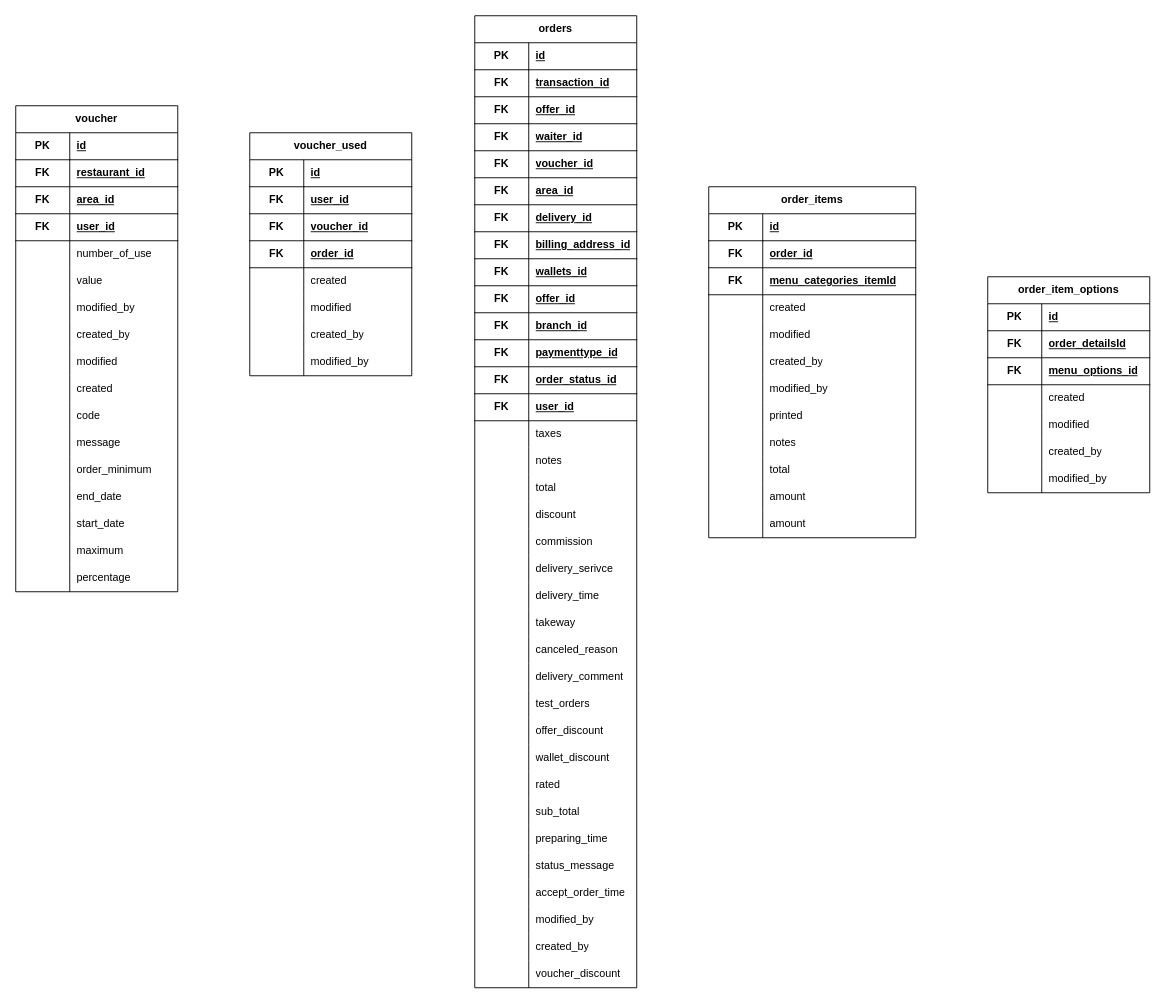
Ahmed-Shawareb-Full-Stack/printf keeps this draw.io diagram as ERD.drawio. Above is the earlier version. Source tidied: cells renumbered, new cells numbered last; positions are measured from the earlier drawing's top-left corner, leaving out a move shared by most shapes. Both pictures are drawn from the tidied source at 90%, with x=0, y=0 at pixel (15, 15).
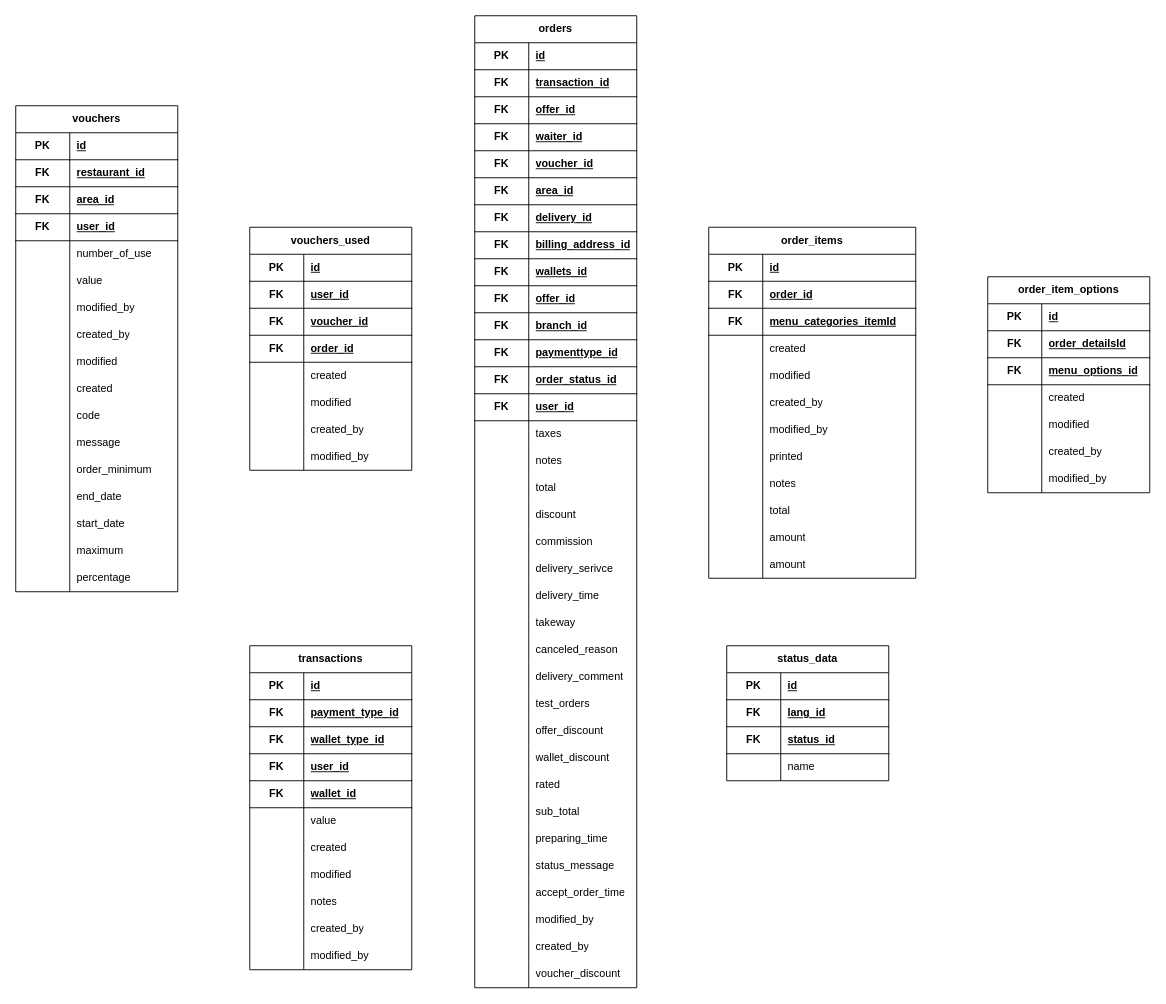
The same page after the edit.

Diff of the diagram source:
```diff
@@
     <mxCell id="108" value="order_items" style="shape=table;startSize=30;childLayout=tableLayout;rowLines=0;fontStyle=1;align=center;html=1;whiteSpace=wrap;" parent="1" vertex="1">
-      <mxGeometry x="770" y="190" width="230" height="390" as="geometry" />
+      <mxGeometry x="770" y="235" width="230" height="390" as="geometry" />
     </mxCell>
@@
-    <mxCell id="167" value="voucher_used" style="shape=table;startSize=30;childLayout=tableLayout;rowLines=0;fontStyle=1;align=center;html=1;whiteSpace=wrap;" parent="1" vertex="1">
-      <mxGeometry x="260" y="130" width="180" height="270" as="geometry" />
+    <mxCell id="167" value="vouchers_used" style="shape=table;startSize=30;childLayout=tableLayout;rowLines=0;fontStyle=1;align=center;html=1;whiteSpace=wrap;" parent="1" vertex="1">
+      <mxGeometry x="260" y="235" width="180" height="270" as="geometry" />
     </mxCell>
@@
-    <mxCell id="192" value="voucher" style="shape=table;startSize=30;childLayout=tableLayout;rowLines=0;fontStyle=1;align=center;html=1;whiteSpace=wrap;" parent="1" vertex="1">
+    <mxCell id="192" value="vouchers" style="shape=table;startSize=30;childLayout=tableLayout;rowLines=0;fontStyle=1;align=center;html=1;whiteSpace=wrap;" parent="1" vertex="1">
       <mxGeometry y="100" width="180" height="540" as="geometry" />
     </mxCell>
@@
+    <mxCell id="244" value="transactions" style="shape=table;startSize=30;childLayout=tableLayout;rowLines=0;fontStyle=1;align=center;html=1;whiteSpace=wrap;" parent="1" vertex="1">
+      <mxGeometry x="260" y="700" width="180" height="360" as="geometry" />
+    </mxCell>
+    <mxCell id="245" style="shape=tableRow;horizontal=0;startSize=0;swimlaneHead=0;swimlaneBody=0;fillColor=none;top=0;left=0;right=0;bottom=0;html=1;" parent="244" vertex="1">
+      <mxGeometry y="30" width="180" height="30" as="geometry" />
+    </mxCell>
+    <mxCell id="246" value="PK" style="shape=partialRectangle;fillColor=none;top=0;left=0;bottom=1;right=0;fontStyle=1;overflow=hidden;html=1;whiteSpace=wrap;" parent="245" vertex="1">
+      <mxGeometry width="60" height="30" as="geometry" />
+    </mxCell>
+    <mxCell id="247" value="id" style="shape=partialRectangle;fillColor=none;top=0;left=0;bottom=1;right=0;align=left;spacingLeft=6;fontStyle=5;overflow=hidden;html=1;whiteSpace=wrap;" parent="245" vertex="1">
+      <mxGeometry x="60" width="120" height="30" as="geometry" />
+    </mxCell>
+    <mxCell id="248" style="shape=tableRow;horizontal=0;startSize=0;swimlaneHead=0;swimlaneBody=0;fillColor=none;top=0;left=0;right=0;bottom=1;html=1;" parent="244" vertex="1">
+      <mxGeometry y="60" width="180" height="30" as="geometry" />
+    </mxCell>
+    <mxCell id="249" value="FK" style="shape=partialRectangle;fillColor=none;top=0;left=0;bottom=0;right=0;fontStyle=1;overflow=hidden;html=1;whiteSpace=wrap;" parent="248" vertex="1">
+      <mxGeometry width="60" height="30" as="geometry" />
+    </mxCell>
+    <mxCell id="250" value="payment_type_id" style="shape=partialRectangle;fillColor=none;top=0;left=0;bottom=0;right=0;align=left;spacingLeft=6;fontStyle=5;overflow=hidden;html=1;whiteSpace=wrap;" parent="248" vertex="1">
+      <mxGeometry x="60" width="120" height="30" as="geometry" />
+    </mxCell>
+    <mxCell id="251" style="shape=tableRow;horizontal=0;startSize=0;swimlaneHead=0;swimlaneBody=0;fillColor=none;top=0;left=0;right=0;bottom=1;html=1;" parent="244" vertex="1">
+      <mxGeometry y="90" width="180" height="30" as="geometry" />
+    </mxCell>
+    <mxCell id="252" value="FK" style="shape=partialRectangle;fillColor=none;top=0;left=0;bottom=0;right=0;fontStyle=1;overflow=hidden;html=1;whiteSpace=wrap;" parent="251" vertex="1">
+      <mxGeometry width="60" height="30" as="geometry" />
+    </mxCell>
+    <mxCell id="253" value="wallet_type_id" style="shape=partialRectangle;fillColor=none;top=0;left=0;bottom=0;right=0;align=left;spacingLeft=6;fontStyle=5;overflow=hidden;html=1;whiteSpace=wrap;" parent="251" vertex="1">
+      <mxGeometry x="60" width="120" height="30" as="geometry" />
+    </mxCell>
+    <mxCell id="254" style="shape=tableRow;horizontal=0;startSize=0;swimlaneHead=0;swimlaneBody=0;fillColor=none;top=0;left=0;right=0;bottom=1;html=1;" parent="244" vertex="1">
+      <mxGeometry y="120" width="180" height="30" as="geometry" />
+    </mxCell>
+    <mxCell id="255" value="FK" style="shape=partialRectangle;fillColor=none;top=0;left=0;bottom=0;right=0;fontStyle=1;overflow=hidden;html=1;whiteSpace=wrap;" parent="254" vertex="1">
+      <mxGeometry width="60" height="30" as="geometry" />
+    </mxCell>
+    <mxCell id="256" value="user_id" style="shape=partialRectangle;fillColor=none;top=0;left=0;bottom=0;right=0;align=left;spacingLeft=6;fontStyle=5;overflow=hidden;html=1;whiteSpace=wrap;" parent="254" vertex="1">
+      <mxGeometry x="60" width="120" height="30" as="geometry" />
+    </mxCell>
+    <mxCell id="257" style="shape=tableRow;horizontal=0;startSize=0;swimlaneHead=0;swimlaneBody=0;fillColor=none;top=0;left=0;right=0;bottom=1;html=1;" parent="244" vertex="1">
+      <mxGeometry y="150" width="180" height="30" as="geometry" />
+    </mxCell>
+    <mxCell id="258" value="FK" style="shape=partialRectangle;fillColor=none;top=0;left=0;bottom=0;right=0;fontStyle=1;overflow=hidden;html=1;whiteSpace=wrap;" parent="257" vertex="1">
+      <mxGeometry width="60" height="30" as="geometry" />
+    </mxCell>
+    <mxCell id="259" value="wallet_id" style="shape=partialRectangle;fillColor=none;top=0;left=0;bottom=0;right=0;align=left;spacingLeft=6;fontStyle=5;overflow=hidden;html=1;whiteSpace=wrap;" parent="257" vertex="1">
+      <mxGeometry x="60" width="120" height="30" as="geometry" />
+    </mxCell>
+    <mxCell id="260" style="shape=tableRow;horizontal=0;startSize=0;swimlaneHead=0;swimlaneBody=0;fillColor=none;top=0;left=0;right=0;bottom=0;html=1;" parent="244" vertex="1">
+      <mxGeometry y="180" width="180" height="30" as="geometry" />
+    </mxCell>
+    <mxCell id="261" style="shape=partialRectangle;fillColor=none;top=0;left=0;bottom=0;right=0;overflow=hidden;html=1;whiteSpace=wrap;" parent="260" vertex="1">
+      <mxGeometry width="60" height="30" as="geometry" />
+    </mxCell>
+    <mxCell id="262" value="value" style="shape=partialRectangle;fillColor=none;top=0;left=0;bottom=0;right=0;align=left;spacingLeft=6;overflow=hidden;html=1;whiteSpace=wrap;" parent="260" vertex="1">
+      <mxGeometry x="60" width="120" height="30" as="geometry" />
+    </mxCell>
+    <mxCell id="263" style="shape=tableRow;horizontal=0;startSize=0;swimlaneHead=0;swimlaneBody=0;fillColor=none;top=0;left=0;right=0;bottom=0;html=1;" parent="244" vertex="1">
+      <mxGeometry y="210" width="180" height="30" as="geometry" />
+    </mxCell>
+    <mxCell id="264" style="shape=partialRectangle;fillColor=none;top=0;left=0;bottom=0;right=0;overflow=hidden;html=1;whiteSpace=wrap;" parent="263" vertex="1">
+      <mxGeometry width="60" height="30" as="geometry" />
+    </mxCell>
+    <mxCell id="265" value="created" style="shape=partialRectangle;fillColor=none;top=0;left=0;bottom=0;right=0;align=left;spacingLeft=6;overflow=hidden;html=1;whiteSpace=wrap;" parent="263" vertex="1">
+      <mxGeometry x="60" width="120" height="30" as="geometry" />
+    </mxCell>
+    <mxCell id="266" style="shape=tableRow;horizontal=0;startSize=0;swimlaneHead=0;swimlaneBody=0;fillColor=none;top=0;left=0;right=0;bottom=0;html=1;" parent="244" vertex="1">
+      <mxGeometry y="240" width="180" height="30" as="geometry" />
+    </mxCell>
+    <mxCell id="267" style="shape=partialRectangle;fillColor=none;top=0;left=0;bottom=0;right=0;overflow=hidden;html=1;whiteSpace=wrap;" parent="266" vertex="1">
+      <mxGeometry width="60" height="30" as="geometry" />
+    </mxCell>
+    <mxCell id="268" value="modified" style="shape=partialRectangle;fillColor=none;top=0;left=0;bottom=0;right=0;align=left;spacingLeft=6;overflow=hidden;html=1;whiteSpace=wrap;" parent="266" vertex="1">
+      <mxGeometry x="60" width="120" height="30" as="geometry" />
+    </mxCell>
+    <mxCell id="269" style="shape=tableRow;horizontal=0;startSize=0;swimlaneHead=0;swimlaneBody=0;fillColor=none;top=0;left=0;right=0;bottom=0;html=1;" parent="244" vertex="1">
+      <mxGeometry y="270" width="180" height="30" as="geometry" />
+    </mxCell>
+    <mxCell id="270" style="shape=partialRectangle;fillColor=none;top=0;left=0;bottom=0;right=0;overflow=hidden;html=1;whiteSpace=wrap;" parent="269" vertex="1">
+      <mxGeometry width="60" height="30" as="geometry" />
+    </mxCell>
+    <mxCell id="271" value="notes" style="shape=partialRectangle;fillColor=none;top=0;left=0;bottom=0;right=0;align=left;spacingLeft=6;overflow=hidden;html=1;whiteSpace=wrap;" parent="269" vertex="1">
+      <mxGeometry x="60" width="120" height="30" as="geometry" />
+    </mxCell>
+    <mxCell id="272" style="shape=tableRow;horizontal=0;startSize=0;swimlaneHead=0;swimlaneBody=0;fillColor=none;top=0;left=0;right=0;bottom=0;html=1;" parent="244" vertex="1">
+      <mxGeometry y="300" width="180" height="30" as="geometry" />
+    </mxCell>
+    <mxCell id="273" style="shape=partialRectangle;fillColor=none;top=0;left=0;bottom=0;right=0;overflow=hidden;html=1;whiteSpace=wrap;" parent="272" vertex="1">
+      <mxGeometry width="60" height="30" as="geometry" />
+    </mxCell>
+    <mxCell id="274" value="created_by" style="shape=partialRectangle;fillColor=none;top=0;left=0;bottom=0;right=0;align=left;spacingLeft=6;overflow=hidden;html=1;whiteSpace=wrap;" parent="272" vertex="1">
+      <mxGeometry x="60" width="120" height="30" as="geometry" />
+    </mxCell>
+    <mxCell id="275" style="shape=tableRow;horizontal=0;startSize=0;swimlaneHead=0;swimlaneBody=0;fillColor=none;top=0;left=0;right=0;bottom=0;html=1;" parent="244" vertex="1">
+      <mxGeometry y="330" width="180" height="30" as="geometry" />
+    </mxCell>
+    <mxCell id="276" style="shape=partialRectangle;fillColor=none;top=0;left=0;bottom=0;right=0;overflow=hidden;html=1;whiteSpace=wrap;" parent="275" vertex="1">
+      <mxGeometry width="60" height="30" as="geometry" />
+    </mxCell>
+    <mxCell id="277" value="modified_by" style="shape=partialRectangle;fillColor=none;top=0;left=0;bottom=0;right=0;align=left;spacingLeft=6;overflow=hidden;html=1;whiteSpace=wrap;" parent="275" vertex="1">
+      <mxGeometry x="60" width="120" height="30" as="geometry" />
+    </mxCell>
+    <mxCell id="278" value="status_data" style="shape=table;startSize=30;childLayout=tableLayout;rowLines=0;fontStyle=1;align=center;html=1;whiteSpace=wrap;" parent="1" vertex="1">
+      <mxGeometry x="790" y="700" width="180" height="150" as="geometry" />
+    </mxCell>
+    <mxCell id="279" style="shape=tableRow;horizontal=0;startSize=0;swimlaneHead=0;swimlaneBody=0;fillColor=none;top=0;left=0;right=0;bottom=0;html=1;" parent="278" vertex="1">
+      <mxGeometry y="30" width="180" height="30" as="geometry" />
+    </mxCell>
+    <mxCell id="280" value="PK" style="shape=partialRectangle;fillColor=none;top=0;left=0;bottom=1;right=0;fontStyle=1;overflow=hidden;html=1;whiteSpace=wrap;" parent="279" vertex="1">
+      <mxGeometry width="60" height="30" as="geometry" />
+    </mxCell>
+    <mxCell id="281" value="id" style="shape=partialRectangle;fillColor=none;top=0;left=0;bottom=1;right=0;align=left;spacingLeft=6;fontStyle=5;overflow=hidden;html=1;whiteSpace=wrap;" parent="279" vertex="1">
+      <mxGeometry x="60" width="120" height="30" as="geometry" />
+    </mxCell>
+    <mxCell id="282" style="shape=tableRow;horizontal=0;startSize=0;swimlaneHead=0;swimlaneBody=0;fillColor=none;top=0;left=0;right=0;bottom=1;html=1;" parent="278" vertex="1">
+      <mxGeometry y="60" width="180" height="30" as="geometry" />
+    </mxCell>
+    <mxCell id="283" value="FK" style="shape=partialRectangle;fillColor=none;top=0;left=0;bottom=0;right=0;fontStyle=1;overflow=hidden;html=1;whiteSpace=wrap;" parent="282" vertex="1">
+      <mxGeometry width="60" height="30" as="geometry" />
+    </mxCell>
+    <mxCell id="284" value="lang_id" style="shape=partialRectangle;fillColor=none;top=0;left=0;bottom=0;right=0;align=left;spacingLeft=6;fontStyle=5;overflow=hidden;html=1;whiteSpace=wrap;" parent="282" vertex="1">
+      <mxGeometry x="60" width="120" height="30" as="geometry" />
+    </mxCell>
+    <mxCell id="285" style="shape=tableRow;horizontal=0;startSize=0;swimlaneHead=0;swimlaneBody=0;fillColor=none;top=0;left=0;right=0;bottom=1;html=1;" parent="278" vertex="1">
+      <mxGeometry y="90" width="180" height="30" as="geometry" />
+    </mxCell>
+    <mxCell id="286" value="FK" style="shape=partialRectangle;fillColor=none;top=0;left=0;bottom=0;right=0;fontStyle=1;overflow=hidden;html=1;whiteSpace=wrap;" parent="285" vertex="1">
+      <mxGeometry width="60" height="30" as="geometry" />
+    </mxCell>
+    <mxCell id="287" value="status_id" style="shape=partialRectangle;fillColor=none;top=0;left=0;bottom=0;right=0;align=left;spacingLeft=6;fontStyle=5;overflow=hidden;html=1;whiteSpace=wrap;" parent="285" vertex="1">
+      <mxGeometry x="60" width="120" height="30" as="geometry" />
+    </mxCell>
+    <mxCell id="288" style="shape=tableRow;horizontal=0;startSize=0;swimlaneHead=0;swimlaneBody=0;fillColor=none;top=0;left=0;right=0;bottom=0;html=1;" parent="278" vertex="1">
+      <mxGeometry y="120" width="180" height="30" as="geometry" />
+    </mxCell>
+    <mxCell id="289" style="shape=partialRectangle;fillColor=none;top=0;left=0;bottom=0;right=0;overflow=hidden;html=1;whiteSpace=wrap;" parent="288" vertex="1">
+      <mxGeometry width="60" height="30" as="geometry" />
+    </mxCell>
+    <mxCell id="290" value="name" style="shape=partialRectangle;fillColor=none;top=0;left=0;bottom=0;right=0;align=left;spacingLeft=6;overflow=hidden;html=1;whiteSpace=wrap;" parent="288" vertex="1">
+      <mxGeometry x="60" width="120" height="30" as="geometry" />
+    </mxCell>
```
